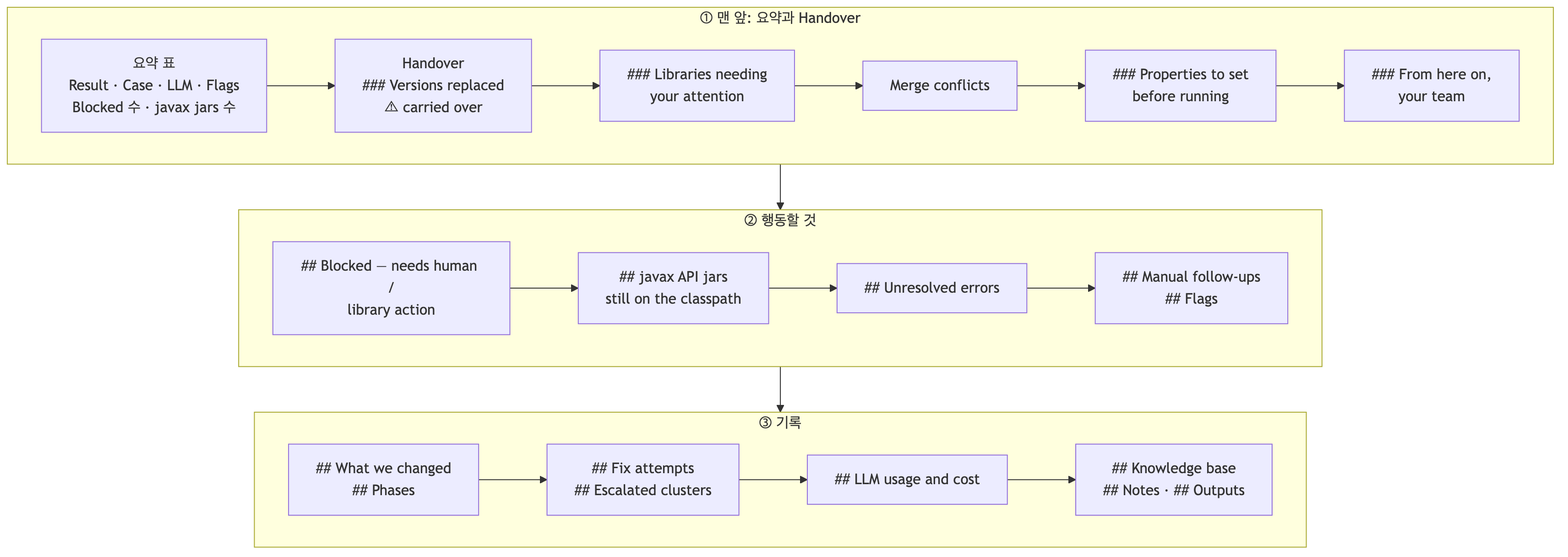
Above: docs/migration-agent/diagrams/report-handover.png in acandiatale/tutu (Mermaid), before the change. Its source is kept beside it as docs/migration-agent/diagrams/report-handover.mmd. Source of this version:
```mermaid
flowchart TB
  subgraph a["① 맨 앞: 요약과 Handover"]
    direction LR
    T["요약 표<br/>Result · Case · LLM · Flags<br/>Blocked 수 · javax jars 수"] --> H1["Handover<br/>### Versions replaced<br/>⚠ carried over"] --> H2["### Libraries needing<br/>your attention"] --> H3["Merge conflicts"] --> H4["### Properties to set<br/>before running"] --> H5["### From here on,<br/>your team"]
  end
  subgraph b["② 행동할 것"]
    direction LR
    BL["## Blocked — needs human /<br/>library action"] --> JX["## javax API jars<br/>still on the classpath"] --> UN["## Unresolved errors"] --> MF["## Manual follow-ups<br/>## Flags"]
  end
  subgraph c["③ 기록"]
    direction LR
    WC["## What we changed<br/>## Phases"] --> FA["## Fix attempts<br/>## Escalated clusters"] --> CO["## LLM usage and cost"] --> REST["## Knowledge base<br/>## Notes · ## Outputs"]
  end
  a --> b --> c
```
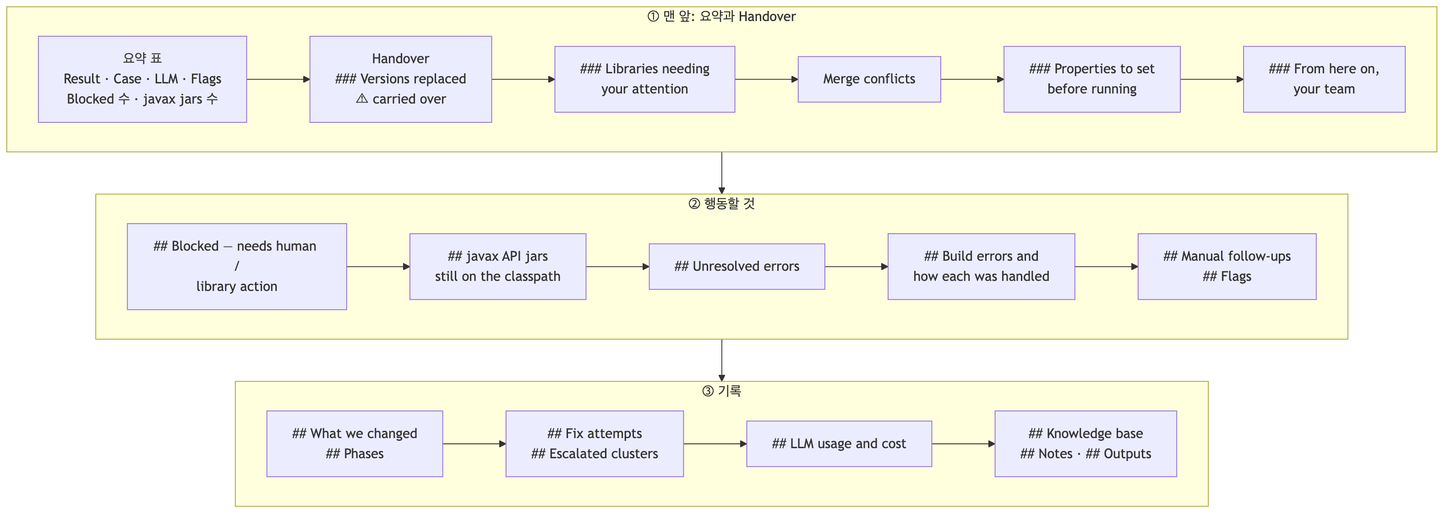
Above is the later version.

Diff of the diagram source:
```diff
@@ -5,7 +5,7 @@
   end
   subgraph b["② 행동할 것"]
     direction LR
-    BL["## Blocked — needs human /<br/>library action"] --> JX["## javax API jars<br/>still on the classpath"] --> UN["## Unresolved errors"] --> MF["## Manual follow-ups<br/>## Flags"]
+    BL["## Blocked — needs human /<br/>library action"] --> JX["## javax API jars<br/>still on the classpath"] --> UN["## Unresolved errors"] --> EC["## Build errors and<br/>how each was handled"] --> MF["## Manual follow-ups<br/>## Flags"]
   end
   subgraph c["③ 기록"]
     direction LR
```
